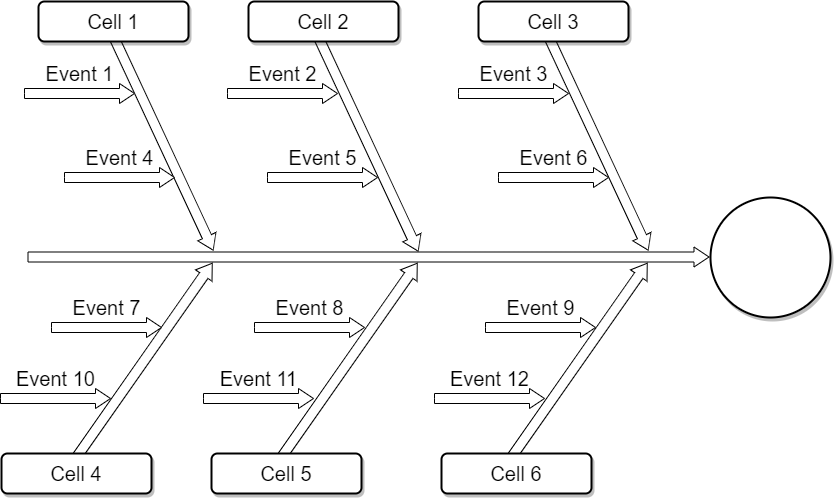
Before: Fishbone Diagram.drawio.png, a diagram exported from draw.io (kaisunoo/Acads). Source tidied: cells renumbered, new cells last; positions are measured from the earlier drawing's top-left corner, leaving out a move shared by most shapes. The source it was exported from:
```xml
<mxGraphModel>
  <root>
    <mxCell id="0" style="html=1;" />
    <mxCell id="1" style="html=1;" parent="0" />
    <mxCell id="2" style="html=1;shadow=0;dashed=0;align=center;verticalAlign=middle;shape=mxgraph.arrows2.arrow;dy=0.5;dx=15;direction=north;notch=0;rounded=0;strokeWidth=1;fontSize=20;rotation=35;" parent="1" vertex="1">
      <mxGeometry x="132" y="325" width="20" height="240" as="geometry" />
    </mxCell>
    <mxCell id="3" style="html=1;shadow=0;dashed=0;align=center;verticalAlign=middle;shape=mxgraph.arrows2.arrow;dy=0.5;dx=15;direction=north;notch=0;rounded=0;strokeWidth=1;fontSize=20;rotation=35;" parent="1" vertex="1">
      <mxGeometry x="337" y="325" width="20" height="240" as="geometry" />
    </mxCell>
    <mxCell id="4" style="html=1;shadow=0;dashed=0;align=center;verticalAlign=middle;shape=mxgraph.arrows2.arrow;dy=0.5;dx=15;direction=north;notch=0;rounded=0;strokeWidth=1;fontSize=20;rotation=35;" parent="1" vertex="1">
      <mxGeometry x="567" y="325" width="20" height="240" as="geometry" />
    </mxCell>
    <mxCell id="5" style="html=1;shadow=0;dashed=0;align=center;verticalAlign=middle;shape=mxgraph.arrows2.arrow;dy=0.5;dx=15;direction=north;notch=0;rounded=0;strokeWidth=1;fontSize=20;rotation=90;" parent="1" vertex="1">
      <mxGeometry x="357" width="20" height="681" as="geometry" />
    </mxCell>
    <mxCell id="6" style="html=1;shadow=0;dashed=0;align=center;verticalAlign=middle;shape=mxgraph.arrows2.arrow;dy=0.5;dx=15;direction=north;notch=0;rounded=0;strokeWidth=1;fontSize=20;rotation=155;" parent="1" vertex="1">
      <mxGeometry x="151" y="105" width="20" height="240" as="geometry" />
    </mxCell>
    <mxCell id="7" style="html=1;shadow=0;dashed=0;align=center;verticalAlign=middle;shape=mxgraph.arrows2.arrow;dy=0.5;dx=15;direction=north;notch=0;rounded=0;strokeWidth=1;fontSize=20;rotation=155;" parent="1" vertex="1">
      <mxGeometry x="356" y="106" width="20" height="240" as="geometry" />
    </mxCell>
    <mxCell id="8" style="html=1;shadow=0;dashed=0;align=center;verticalAlign=middle;shape=mxgraph.arrows2.arrow;dy=0.5;dx=15;direction=north;notch=0;rounded=0;strokeWidth=1;fontSize=20;rotation=155;" parent="1" vertex="1">
      <mxGeometry x="586" y="105" width="20" height="240" as="geometry" />
    </mxCell>
    <mxCell id="9" value="Cell 1" style="rounded=1;whiteSpace=wrap;html=1;shadow=1;strokeWidth=2;fontSize=20;" parent="1" vertex="1">
      <mxGeometry x="37" y="85" width="150" height="40" as="geometry" />
    </mxCell>
    <mxCell id="10" value="Cell 2" style="rounded=1;whiteSpace=wrap;html=1;shadow=1;strokeWidth=2;fontSize=20;" parent="1" vertex="1">
      <mxGeometry x="247" y="85" width="150" height="40" as="geometry" />
    </mxCell>
    <mxCell id="11" value="Cell 3" style="rounded=1;whiteSpace=wrap;html=1;shadow=1;strokeWidth=2;fontSize=20;" parent="1" vertex="1">
      <mxGeometry x="477" y="85" width="150" height="40" as="geometry" />
    </mxCell>
    <mxCell id="12" value="Cell 4" style="rounded=1;whiteSpace=wrap;html=1;shadow=1;strokeWidth=2;fontSize=20;" parent="1" vertex="1">
      <mxGeometry y="537" width="150" height="40" as="geometry" />
    </mxCell>
    <mxCell id="13" value="Cell 5" style="rounded=1;whiteSpace=wrap;html=1;shadow=1;strokeWidth=2;fontSize=20;" parent="1" vertex="1">
      <mxGeometry x="210" y="537" width="150" height="40" as="geometry" />
    </mxCell>
    <mxCell id="14" value="Cell 6" style="rounded=1;whiteSpace=wrap;html=1;shadow=1;strokeWidth=2;fontSize=20;" parent="1" vertex="1">
      <mxGeometry x="440" y="537" width="150" height="40" as="geometry" />
    </mxCell>
    <mxCell id="15" style="ellipse;whiteSpace=wrap;html=1;rounded=1;shadow=1;strokeWidth=2;fontSize=20;" parent="1" vertex="1">
      <mxGeometry x="709" y="281" width="120" height="120" as="geometry" />
    </mxCell>
    <mxCell id="16" value="Event 1" style="html=1;shadow=0;dashed=0;align=center;verticalAlign=middle;shape=mxgraph.arrows2.arrow;dy=0.5;dx=15;direction=north;notch=0;rounded=0;strokeWidth=1;fontSize=20;rotation=90;horizontal=0;labelPosition=left;verticalLabelPosition=middle;" parent="1" vertex="1">
      <mxGeometry x="68" y="122" width="20" height="110" as="geometry" />
    </mxCell>
    <mxCell id="17" value="Event 2" style="html=1;shadow=0;dashed=0;align=center;verticalAlign=middle;shape=mxgraph.arrows2.arrow;dy=0.5;dx=15;direction=north;notch=0;rounded=0;strokeWidth=1;fontSize=20;rotation=90;horizontal=0;labelPosition=left;verticalLabelPosition=middle;" parent="1" vertex="1">
      <mxGeometry x="271" y="122" width="20" height="110" as="geometry" />
    </mxCell>
    <mxCell id="18" value="Event 3" style="html=1;shadow=0;dashed=0;align=center;verticalAlign=middle;shape=mxgraph.arrows2.arrow;dy=0.5;dx=15;direction=north;notch=0;rounded=0;strokeWidth=1;fontSize=20;rotation=90;horizontal=0;labelPosition=left;verticalLabelPosition=middle;" parent="1" vertex="1">
      <mxGeometry x="502" y="122" width="20" height="110" as="geometry" />
    </mxCell>
    <mxCell id="19" value="Event 10" style="html=1;shadow=0;dashed=0;align=center;verticalAlign=middle;shape=mxgraph.arrows2.arrow;dy=0.5;dx=15;direction=north;notch=0;rounded=0;strokeWidth=1;fontSize=20;rotation=90;horizontal=0;labelPosition=left;verticalLabelPosition=middle;" parent="1" vertex="1">
      <mxGeometry x="44" y="427" width="20" height="110" as="geometry" />
    </mxCell>
    <mxCell id="20" value="Event 11" style="html=1;shadow=0;dashed=0;align=center;verticalAlign=middle;shape=mxgraph.arrows2.arrow;dy=0.5;dx=15;direction=north;notch=0;rounded=0;strokeWidth=1;fontSize=20;rotation=90;horizontal=0;labelPosition=left;verticalLabelPosition=middle;" parent="1" vertex="1">
      <mxGeometry x="247" y="427" width="20" height="110" as="geometry" />
    </mxCell>
    <mxCell id="21" value="Event 12" style="html=1;shadow=0;dashed=0;align=center;verticalAlign=middle;shape=mxgraph.arrows2.arrow;dy=0.5;dx=15;direction=north;notch=0;rounded=0;strokeWidth=1;fontSize=20;rotation=90;horizontal=0;labelPosition=left;verticalLabelPosition=middle;" parent="1" vertex="1">
      <mxGeometry x="478" y="427" width="20" height="110" as="geometry" />
    </mxCell>
    <mxCell id="22" value="Event 4" style="html=1;shadow=0;dashed=0;align=center;verticalAlign=middle;shape=mxgraph.arrows2.arrow;dy=0.5;dx=15;direction=north;notch=0;rounded=0;strokeWidth=1;fontSize=20;rotation=90;horizontal=0;labelPosition=left;verticalLabelPosition=middle;" parent="1" vertex="1">
      <mxGeometry x="108" y="206" width="20" height="110" as="geometry" />
    </mxCell>
    <mxCell id="23" value="Event 5" style="html=1;shadow=0;dashed=0;align=center;verticalAlign=middle;shape=mxgraph.arrows2.arrow;dy=0.5;dx=15;direction=north;notch=0;rounded=0;strokeWidth=1;fontSize=20;rotation=90;horizontal=0;labelPosition=left;verticalLabelPosition=middle;" parent="1" vertex="1">
      <mxGeometry x="311" y="206" width="20" height="110" as="geometry" />
    </mxCell>
    <mxCell id="24" value="Event 6" style="html=1;shadow=0;dashed=0;align=center;verticalAlign=middle;shape=mxgraph.arrows2.arrow;dy=0.5;dx=15;direction=north;notch=0;rounded=0;strokeWidth=1;fontSize=20;rotation=90;horizontal=0;labelPosition=left;verticalLabelPosition=middle;" parent="1" vertex="1">
      <mxGeometry x="542" y="206" width="20" height="110" as="geometry" />
    </mxCell>
    <mxCell id="25" value="Event 7" style="html=1;shadow=0;dashed=0;align=center;verticalAlign=middle;shape=mxgraph.arrows2.arrow;dy=0.5;dx=15;direction=north;notch=0;rounded=0;strokeWidth=1;fontSize=20;rotation=90;horizontal=0;labelPosition=left;verticalLabelPosition=middle;" parent="1" vertex="1">
      <mxGeometry x="95" y="356" width="20" height="110" as="geometry" />
    </mxCell>
    <mxCell id="26" value="Event 8" style="html=1;shadow=0;dashed=0;align=center;verticalAlign=middle;shape=mxgraph.arrows2.arrow;dy=0.5;dx=15;direction=north;notch=0;rounded=0;strokeWidth=1;fontSize=20;rotation=90;horizontal=0;labelPosition=left;verticalLabelPosition=middle;" parent="1" vertex="1">
      <mxGeometry x="298" y="356" width="20" height="110" as="geometry" />
    </mxCell>
    <mxCell id="27" value="Event 9" style="html=1;shadow=0;dashed=0;align=center;verticalAlign=middle;shape=mxgraph.arrows2.arrow;dy=0.5;dx=15;direction=north;notch=0;rounded=0;strokeWidth=1;fontSize=20;rotation=90;horizontal=0;labelPosition=left;verticalLabelPosition=middle;" parent="1" vertex="1">
      <mxGeometry x="529" y="356" width="20" height="110" as="geometry" />
    </mxCell>
  </root>
</mxGraphModel>
```
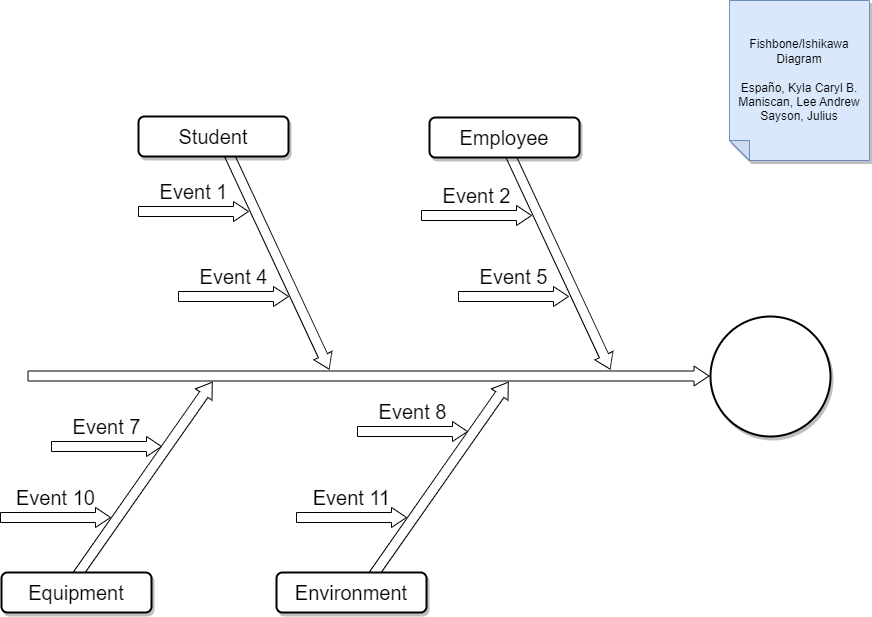
The same diagram one commit later.

Change to the diagram source:
```diff
@@ -6,79 +6,58 @@
       <mxGeometry x="132" y="325" width="20" height="240" as="geometry" />
     </mxCell>
     <mxCell id="3" style="html=1;shadow=0;dashed=0;align=center;verticalAlign=middle;shape=mxgraph.arrows2.arrow;dy=0.5;dx=15;direction=north;notch=0;rounded=0;strokeWidth=1;fontSize=20;rotation=35;" parent="1" vertex="1">
-      <mxGeometry x="337" y="325" width="20" height="240" as="geometry" />
+      <mxGeometry x="428" y="325" width="20" height="240" as="geometry" />
     </mxCell>
-    <mxCell id="4" style="html=1;shadow=0;dashed=0;align=center;verticalAlign=middle;shape=mxgraph.arrows2.arrow;dy=0.5;dx=15;direction=north;notch=0;rounded=0;strokeWidth=1;fontSize=20;rotation=35;" parent="1" vertex="1">
-      <mxGeometry x="567" y="325" width="20" height="240" as="geometry" />
-    </mxCell>
     <mxCell id="5" style="html=1;shadow=0;dashed=0;align=center;verticalAlign=middle;shape=mxgraph.arrows2.arrow;dy=0.5;dx=15;direction=north;notch=0;rounded=0;strokeWidth=1;fontSize=20;rotation=90;" parent="1" vertex="1">
       <mxGeometry x="357" width="20" height="681" as="geometry" />
     </mxCell>
     <mxCell id="6" style="html=1;shadow=0;dashed=0;align=center;verticalAlign=middle;shape=mxgraph.arrows2.arrow;dy=0.5;dx=15;direction=north;notch=0;rounded=0;strokeWidth=1;fontSize=20;rotation=155;" parent="1" vertex="1">
-      <mxGeometry x="151" y="105" width="20" height="240" as="geometry" />
+      <mxGeometry x="267" y="105" width="20" height="240" as="geometry" />
     </mxCell>
     <mxCell id="7" style="html=1;shadow=0;dashed=0;align=center;verticalAlign=middle;shape=mxgraph.arrows2.arrow;dy=0.5;dx=15;direction=north;notch=0;rounded=0;strokeWidth=1;fontSize=20;rotation=155;" parent="1" vertex="1">
-      <mxGeometry x="356" y="106" width="20" height="240" as="geometry" />
+      <mxGeometry x="548" y="105" width="20" height="240" as="geometry" />
     </mxCell>
-    <mxCell id="8" style="html=1;shadow=0;dashed=0;align=center;verticalAlign=middle;shape=mxgraph.arrows2.arrow;dy=0.5;dx=15;direction=north;notch=0;rounded=0;strokeWidth=1;fontSize=20;rotation=155;" parent="1" vertex="1">
-      <mxGeometry x="586" y="105" width="20" height="240" as="geometry" />
-    </mxCell>
-    <mxCell id="9" value="Cell 1" style="rounded=1;whiteSpace=wrap;html=1;shadow=1;strokeWidth=2;fontSize=20;" parent="1" vertex="1">
-      <mxGeometry x="37" y="85" width="150" height="40" as="geometry" />
+    <mxCell id="9" value="Student" style="rounded=1;whiteSpace=wrap;html=1;shadow=1;strokeWidth=2;fontSize=20;" parent="1" vertex="1">
+      <mxGeometry x="137" y="81" width="150" height="40" as="geometry" />
     </mxCell>
-    <mxCell id="10" value="Cell 2" style="rounded=1;whiteSpace=wrap;html=1;shadow=1;strokeWidth=2;fontSize=20;" parent="1" vertex="1">
-      <mxGeometry x="247" y="85" width="150" height="40" as="geometry" />
+    <mxCell id="10" value="Employee" style="rounded=1;whiteSpace=wrap;html=1;shadow=1;strokeWidth=2;fontSize=20;" parent="1" vertex="1">
+      <mxGeometry x="428" y="82" width="150" height="40" as="geometry" />
     </mxCell>
-    <mxCell id="11" value="Cell 3" style="rounded=1;whiteSpace=wrap;html=1;shadow=1;strokeWidth=2;fontSize=20;" parent="1" vertex="1">
-      <mxGeometry x="477" y="85" width="150" height="40" as="geometry" />
-    </mxCell>
-    <mxCell id="12" value="Cell 4" style="rounded=1;whiteSpace=wrap;html=1;shadow=1;strokeWidth=2;fontSize=20;" parent="1" vertex="1">
+    <mxCell id="12" value="Equipment" style="rounded=1;whiteSpace=wrap;html=1;shadow=1;strokeWidth=2;fontSize=20;" parent="1" vertex="1">
       <mxGeometry y="537" width="150" height="40" as="geometry" />
     </mxCell>
-    <mxCell id="13" value="Cell 5" style="rounded=1;whiteSpace=wrap;html=1;shadow=1;strokeWidth=2;fontSize=20;" parent="1" vertex="1">
-      <mxGeometry x="210" y="537" width="150" height="40" as="geometry" />
+    <mxCell id="13" value="Environment" style="rounded=1;whiteSpace=wrap;html=1;shadow=1;strokeWidth=2;fontSize=20;" parent="1" vertex="1">
+      <mxGeometry x="275" y="537" width="150" height="40" as="geometry" />
     </mxCell>
-    <mxCell id="14" value="Cell 6" style="rounded=1;whiteSpace=wrap;html=1;shadow=1;strokeWidth=2;fontSize=20;" parent="1" vertex="1">
-      <mxGeometry x="440" y="537" width="150" height="40" as="geometry" />
-    </mxCell>
     <mxCell id="15" style="ellipse;whiteSpace=wrap;html=1;rounded=1;shadow=1;strokeWidth=2;fontSize=20;" parent="1" vertex="1">
       <mxGeometry x="709" y="281" width="120" height="120" as="geometry" />
     </mxCell>
     <mxCell id="16" value="Event 1" style="html=1;shadow=0;dashed=0;align=center;verticalAlign=middle;shape=mxgraph.arrows2.arrow;dy=0.5;dx=15;direction=north;notch=0;rounded=0;strokeWidth=1;fontSize=20;rotation=90;horizontal=0;labelPosition=left;verticalLabelPosition=middle;" parent="1" vertex="1">
-      <mxGeometry x="68" y="122" width="20" height="110" as="geometry" />
+      <mxGeometry x="182" y="121" width="20" height="110" as="geometry" />
     </mxCell>
     <mxCell id="17" value="Event 2" style="html=1;shadow=0;dashed=0;align=center;verticalAlign=middle;shape=mxgraph.arrows2.arrow;dy=0.5;dx=15;direction=north;notch=0;rounded=0;strokeWidth=1;fontSize=20;rotation=90;horizontal=0;labelPosition=left;verticalLabelPosition=middle;" parent="1" vertex="1">
-      <mxGeometry x="271" y="122" width="20" height="110" as="geometry" />
+      <mxGeometry x="465" y="125" width="20" height="110" as="geometry" />
     </mxCell>
-    <mxCell id="18" value="Event 3" style="html=1;shadow=0;dashed=0;align=center;verticalAlign=middle;shape=mxgraph.arrows2.arrow;dy=0.5;dx=15;direction=north;notch=0;rounded=0;strokeWidth=1;fontSize=20;rotation=90;horizontal=0;labelPosition=left;verticalLabelPosition=middle;" parent="1" vertex="1">
-      <mxGeometry x="502" y="122" width="20" height="110" as="geometry" />
-    </mxCell>
     <mxCell id="19" value="Event 10" style="html=1;shadow=0;dashed=0;align=center;verticalAlign=middle;shape=mxgraph.arrows2.arrow;dy=0.5;dx=15;direction=north;notch=0;rounded=0;strokeWidth=1;fontSize=20;rotation=90;horizontal=0;labelPosition=left;verticalLabelPosition=middle;" parent="1" vertex="1">
       <mxGeometry x="44" y="427" width="20" height="110" as="geometry" />
     </mxCell>
     <mxCell id="20" value="Event 11" style="html=1;shadow=0;dashed=0;align=center;verticalAlign=middle;shape=mxgraph.arrows2.arrow;dy=0.5;dx=15;direction=north;notch=0;rounded=0;strokeWidth=1;fontSize=20;rotation=90;horizontal=0;labelPosition=left;verticalLabelPosition=middle;" parent="1" vertex="1">
-      <mxGeometry x="247" y="427" width="20" height="110" as="geometry" />
+      <mxGeometry x="340" y="427" width="20" height="110" as="geometry" />
     </mxCell>
-    <mxCell id="21" value="Event 12" style="html=1;shadow=0;dashed=0;align=center;verticalAlign=middle;shape=mxgraph.arrows2.arrow;dy=0.5;dx=15;direction=north;notch=0;rounded=0;strokeWidth=1;fontSize=20;rotation=90;horizontal=0;labelPosition=left;verticalLabelPosition=middle;" parent="1" vertex="1">
-      <mxGeometry x="478" y="427" width="20" height="110" as="geometry" />
-    </mxCell>
     <mxCell id="22" value="Event 4" style="html=1;shadow=0;dashed=0;align=center;verticalAlign=middle;shape=mxgraph.arrows2.arrow;dy=0.5;dx=15;direction=north;notch=0;rounded=0;strokeWidth=1;fontSize=20;rotation=90;horizontal=0;labelPosition=left;verticalLabelPosition=middle;" parent="1" vertex="1">
-      <mxGeometry x="108" y="206" width="20" height="110" as="geometry" />
+      <mxGeometry x="222" y="206" width="20" height="110" as="geometry" />
     </mxCell>
     <mxCell id="23" value="Event 5" style="html=1;shadow=0;dashed=0;align=center;verticalAlign=middle;shape=mxgraph.arrows2.arrow;dy=0.5;dx=15;direction=north;notch=0;rounded=0;strokeWidth=1;fontSize=20;rotation=90;horizontal=0;labelPosition=left;verticalLabelPosition=middle;" parent="1" vertex="1">
-      <mxGeometry x="311" y="206" width="20" height="110" as="geometry" />
+      <mxGeometry x="502" y="206" width="20" height="110" as="geometry" />
     </mxCell>
-    <mxCell id="24" value="Event 6" style="html=1;shadow=0;dashed=0;align=center;verticalAlign=middle;shape=mxgraph.arrows2.arrow;dy=0.5;dx=15;direction=north;notch=0;rounded=0;strokeWidth=1;fontSize=20;rotation=90;horizontal=0;labelPosition=left;verticalLabelPosition=middle;" parent="1" vertex="1">
-      <mxGeometry x="542" y="206" width="20" height="110" as="geometry" />
-    </mxCell>
     <mxCell id="25" value="Event 7" style="html=1;shadow=0;dashed=0;align=center;verticalAlign=middle;shape=mxgraph.arrows2.arrow;dy=0.5;dx=15;direction=north;notch=0;rounded=0;strokeWidth=1;fontSize=20;rotation=90;horizontal=0;labelPosition=left;verticalLabelPosition=middle;" parent="1" vertex="1">
       <mxGeometry x="95" y="356" width="20" height="110" as="geometry" />
     </mxCell>
     <mxCell id="26" value="Event 8" style="html=1;shadow=0;dashed=0;align=center;verticalAlign=middle;shape=mxgraph.arrows2.arrow;dy=0.5;dx=15;direction=north;notch=0;rounded=0;strokeWidth=1;fontSize=20;rotation=90;horizontal=0;labelPosition=left;verticalLabelPosition=middle;" parent="1" vertex="1">
-      <mxGeometry x="298" y="356" width="20" height="110" as="geometry" />
+      <mxGeometry x="401" y="341" width="20" height="110" as="geometry" />
     </mxCell>
-    <mxCell id="27" value="Event 9" style="html=1;shadow=0;dashed=0;align=center;verticalAlign=middle;shape=mxgraph.arrows2.arrow;dy=0.5;dx=15;direction=north;notch=0;rounded=0;strokeWidth=1;fontSize=20;rotation=90;horizontal=0;labelPosition=left;verticalLabelPosition=middle;" parent="1" vertex="1">
-      <mxGeometry x="529" y="356" width="20" height="110" as="geometry" />
-    </mxCell>
+    <mxCell id="28" value="Fishbone/Ishikawa Diagram&lt;br&gt;&lt;br&gt;Españo, Kyla Caryl B.&lt;br&gt;Maniscan, Lee Andrew&lt;br&gt;Sayson, Julius" style="shape=note;whiteSpace=wrap;html=1;backgroundOutline=1;darkOpacity=0.05;fillColor=#dae8fc;strokeColor=#6c8ebf;fillStyle=solid;direction=west;gradientDirection=north;shadow=1;size=20;" parent="1" vertex="1">
+      <mxGeometry x="728" y="-35" width="140" height="160" as="geometry" />
+    </mxCell>
   </root>
 </mxGraphModel>
```
